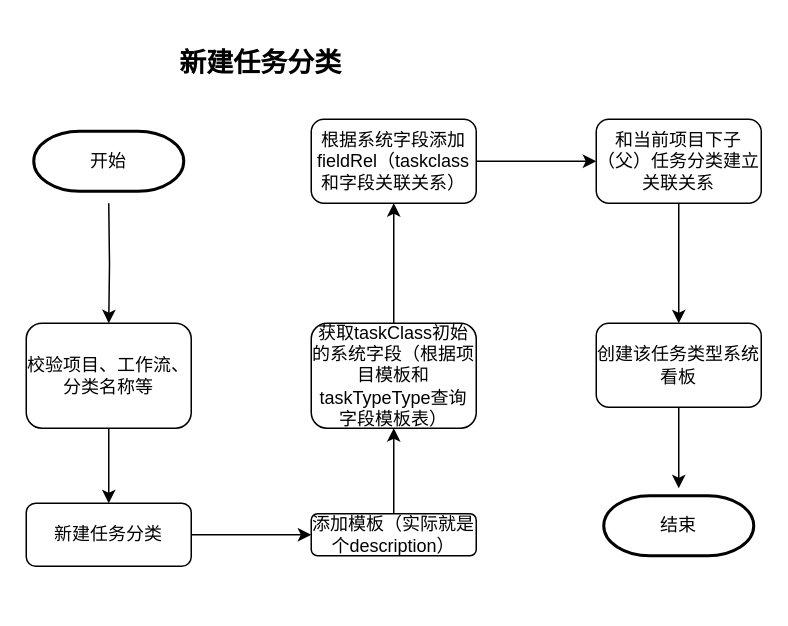
Above: 新建任务分类.drawio in weizp-a/java8-tutorial (draw.io), before the change. Source tidied: cells renumbered, new cells numbered last; positions are measured from the earlier drawing's top-left corner, leaving out a move shared by most shapes. Both pictures are drawn from the tidied source at 150%, with x=0, y=0 at pixel (26, 26).
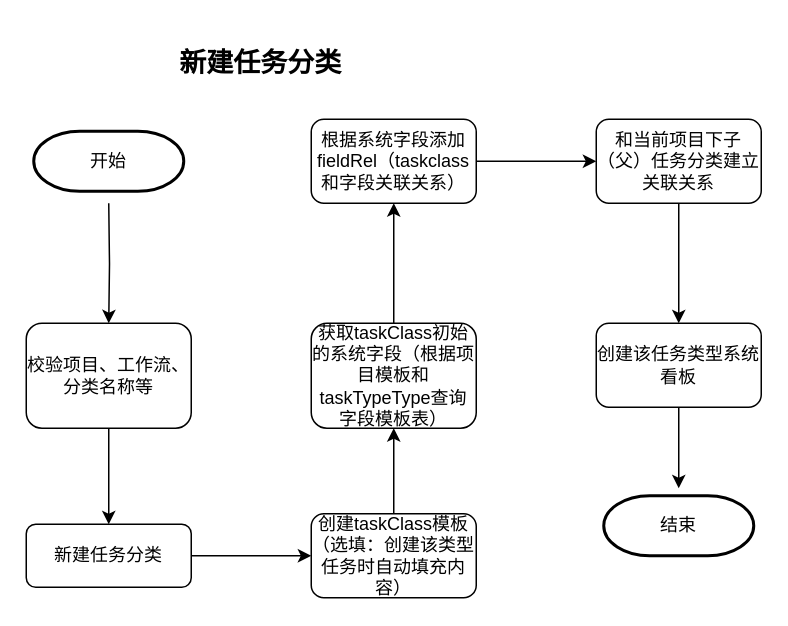
Above is the later version.

Commit message:
新建任务分类.drawio

Diff of the diagram source:
```diff
@@
     <mxCell id="8" value="新建任务分类" style="rounded=1;whiteSpace=wrap;html=1;" parent="1" vertex="1">
-      <mxGeometry y="318" width="110" height="42" as="geometry" />
+      <mxGeometry y="332" width="110" height="42" as="geometry" />
     </mxCell>
@@
-    <mxCell id="10" value="添加模板（实际就是个description）" style="rounded=1;whiteSpace=wrap;html=1;" parent="1" vertex="1">
-      <mxGeometry x="190" y="325" width="110" height="28" as="geometry" />
+    <mxCell id="10" value="创建taskClass模板（选填：创建该类型任务时自动填充内容）" style="rounded=1;whiteSpace=wrap;html=1;" parent="1" vertex="1">
+      <mxGeometry x="190" y="325" width="110" height="56" as="geometry" />
     </mxCell>
```
